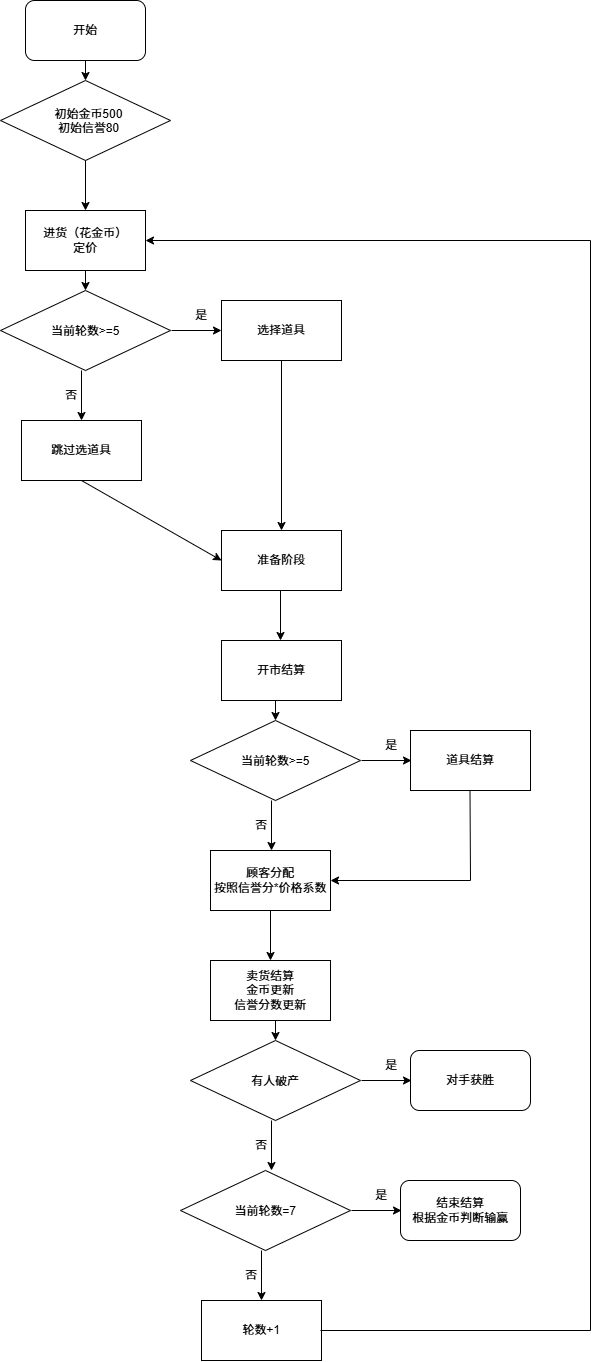
Before: 流程图1.drawio.png, a diagram exported from draw.io (jiayaoo0499/MarketDuo). Source tidied: cells renumbered, new cells last; positions are measured from the earlier drawing's top-left corner, leaving out a move shared by most shapes.
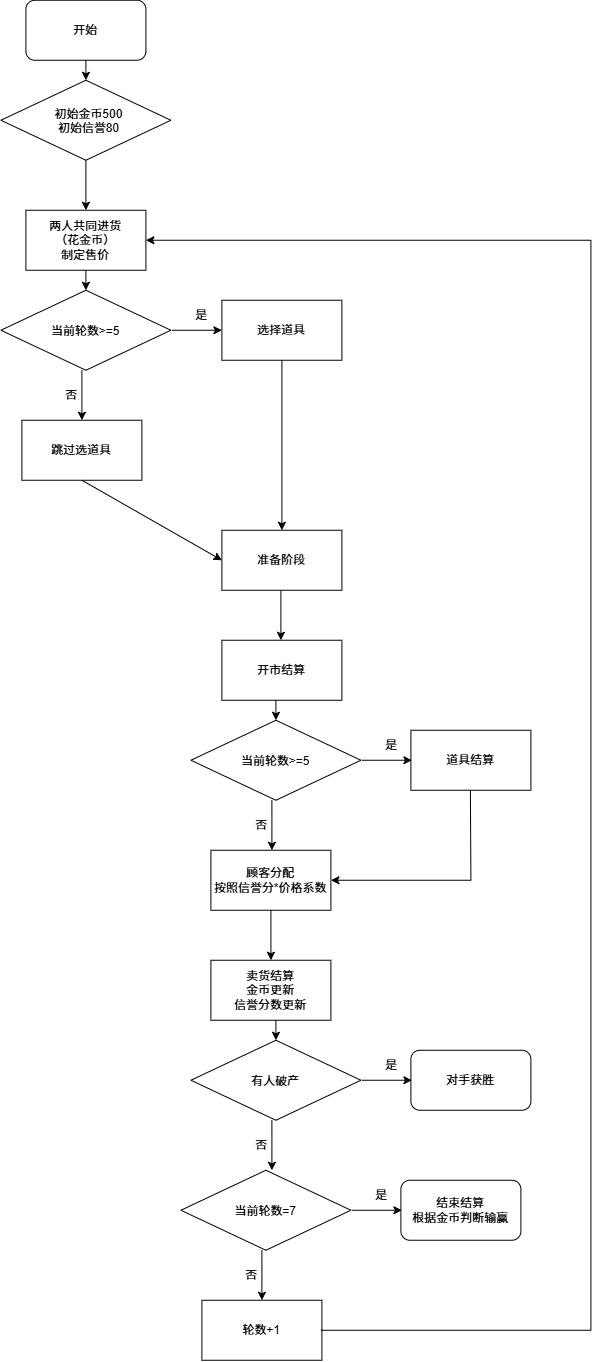
After the commit.

Commit message:
更新流程图1.drawio.png

What changed in the source:
```diff
@@ -20,7 +20,7 @@
         <mxPoint x="85" y="210" as="targetPoint" />
       </mxGeometry>
     </mxCell>
-    <mxCell id="6" value="进货（花金币）&lt;div&gt;定价&lt;/div&gt;" style="rounded=0;whiteSpace=wrap;html=1;" parent="1" vertex="1">
+    <mxCell id="6" value="两人共同进货&lt;div&gt;（花金币）&lt;div&gt;制定售价&lt;/div&gt;&lt;/div&gt;" style="rounded=0;whiteSpace=wrap;html=1;" parent="1" vertex="1">
       <mxGeometry x="25" y="210" width="120" height="60" as="geometry" />
     </mxCell>
     <mxCell id="7" style="endArrow=classic;html=1;rounded=0;" parent="1" edge="1">
```
